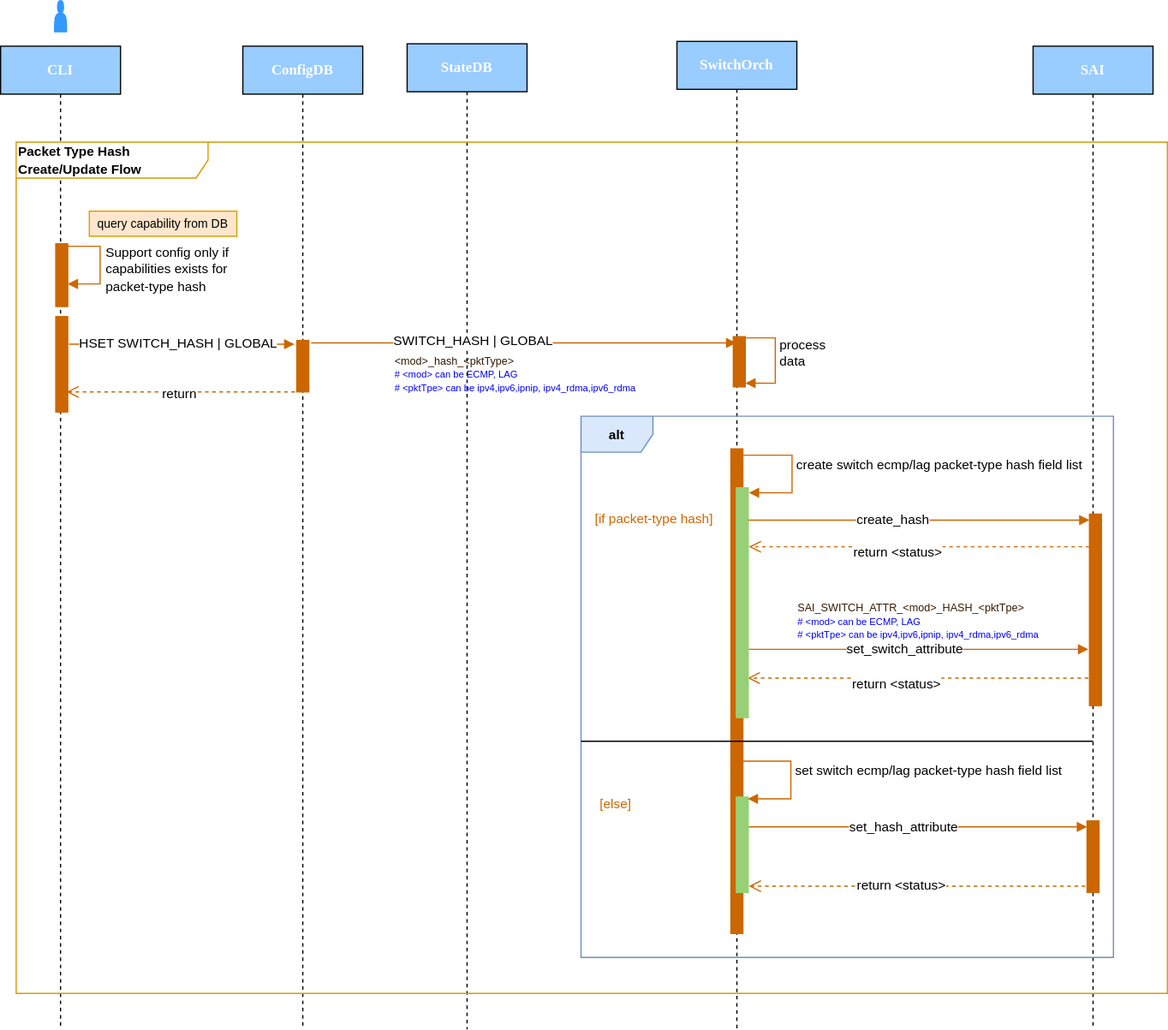
The draw.io diagram doc/hash/images/pkt_type_hash_update_flow.svg in sonic-net/SONiC, before a commit. Source tidied: cells renumbered, new cells last; positions are measured from the earlier drawing's top-left corner, leaving out a move shared by most shapes.
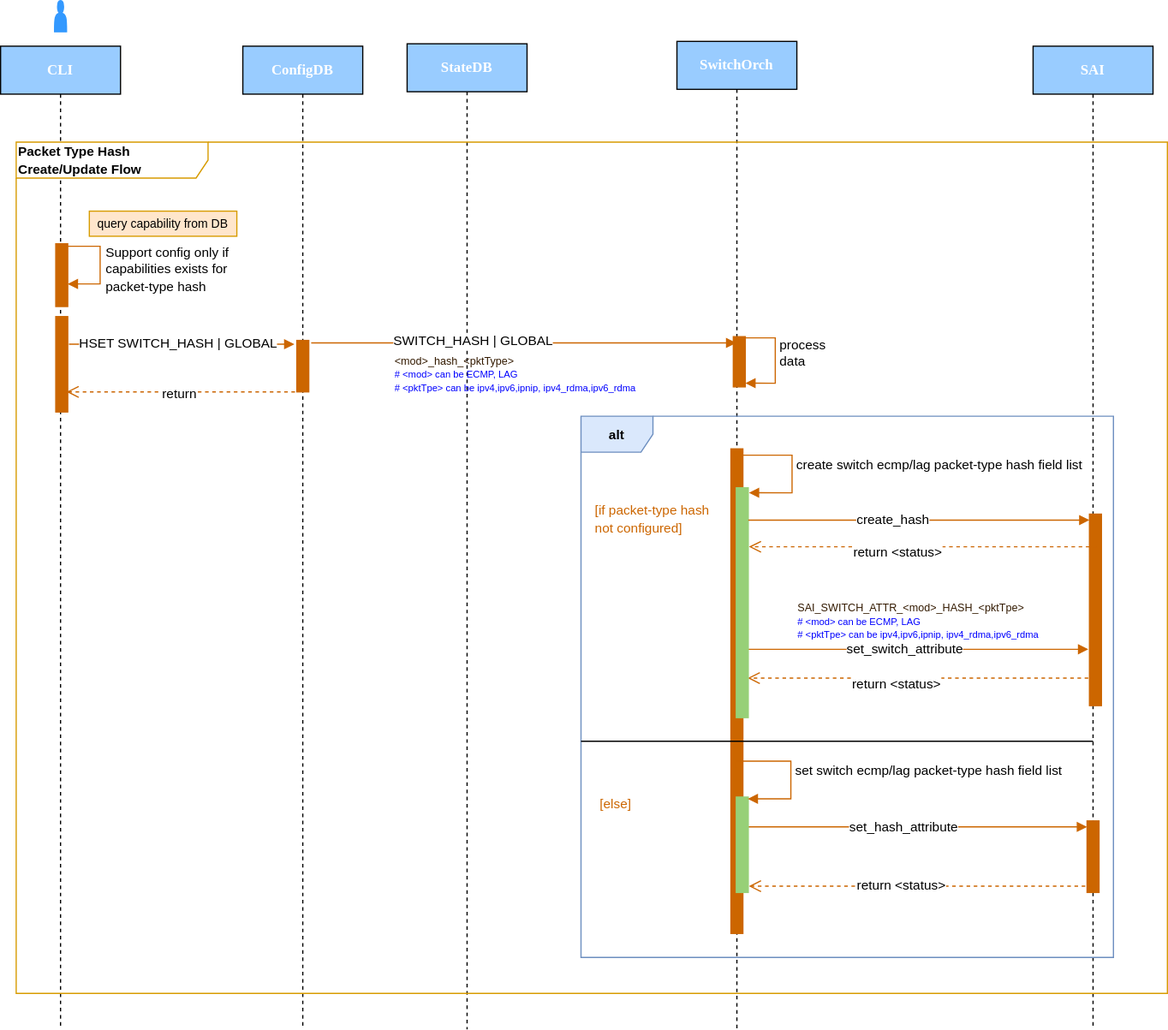
Later version of the same file.

What changed in the source:
```diff
@@ -52,7 +52,7 @@
     <mxCell id="15" value="&lt;font style=&quot;font-size: 11px;&quot;&gt;&lt;b style=&quot;&quot;&gt;alt&lt;/b&gt;&lt;/font&gt;" style="shape=umlFrame;whiteSpace=wrap;html=1;fillColor=#dae8fc;strokeColor=#6c8ebf;" parent="1" vertex="1">
       <mxGeometry x="484" y="346.6" width="444" height="451.4" as="geometry" />
     </mxCell>
-    <mxCell id="16" value="&lt;font style=&quot;font-size: 11px; color: rgb(204, 102, 0);&quot;&gt;[if packet-type hash]&lt;/font&gt;" style="rounded=0;whiteSpace=wrap;html=1;strokeColor=none;align=left;" parent="1" vertex="1">
+    <mxCell id="16" value="&lt;font style=&quot;font-size: 11px; color: rgb(204, 102, 0);&quot;&gt;[if packet-type hash&lt;/font&gt;&lt;div&gt;&lt;font style=&quot;font-size: 11px; color: rgb(204, 102, 0);&quot;&gt;not configured]&lt;/font&gt;&lt;/div&gt;" style="rounded=0;whiteSpace=wrap;html=1;strokeColor=none;align=left;" parent="1" vertex="1">
       <mxGeometry x="493.5" y="417.8" width="105" height="28.3" as="geometry" />
     </mxCell>
     <mxCell id="17" style="html=1;points=[[0,0,0,0,5],[0,1,0,0,-5],[1,0,0,0,5],[1,1,0,0,-5]];perimeter=orthogonalPerimeter;outlineConnect=0;targetShapes=umlLifeline;portConstraint=eastwest;newEdgeStyle={&quot;curved&quot;:0,&quot;rounded&quot;:0};strokeColor=#CC6600;fillColor=#CC6600;" parent="1" vertex="1">
```
